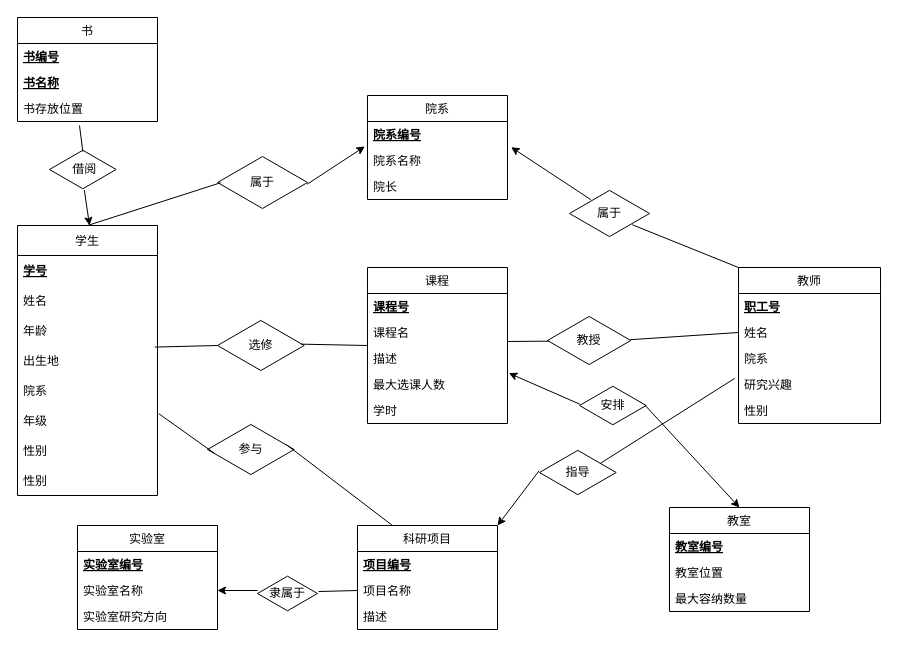
Above: page "Page-1" (1 of 2) of Untitled Diagram.drawio in hzy312/2021-B (draw.io), before the change. Source tidied: cells renumbered, new cells numbered last; positions are measured from the earlier drawing's top-left corner, leaving out a move shared by most shapes. Both pictures are drawn from the tidied source at 100%, with x=0, y=0 at pixel (17, 17).
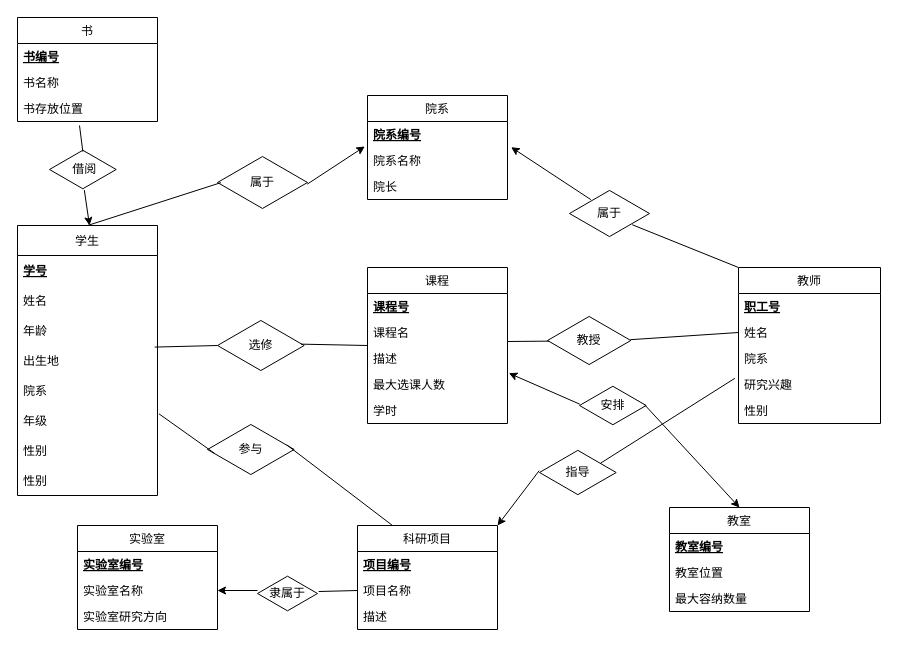
Above is the later version.

Unchanged cells that the change refers to:
```xml
<mxCell id="39" value="书" style="swimlane;fontStyle=0;horizontal=1;startSize=26;fillColor=none;fontFamily=Helvetica;" parent="1" vertex="1">
  <mxGeometry width="140" height="104" as="geometry" />
</mxCell>
```

What changed in the source:
```diff
@@
-    <mxCell id="41" value="书名称" style="text;strokeColor=none;fillColor=none;align=left;verticalAlign=top;spacingLeft=4;spacingRight=4;overflow=hidden;fontFamily=Helvetica;fontStyle=5;" parent="39" vertex="1">
+    <mxCell id="41" value="书名称" style="text;strokeColor=none;fillColor=none;align=left;verticalAlign=top;spacingLeft=4;spacingRight=4;overflow=hidden;fontFamily=Helvetica;fontStyle=0;" parent="39" vertex="1">
       <mxGeometry y="52" width="140" height="26" as="geometry" />
     </mxCell>
```
